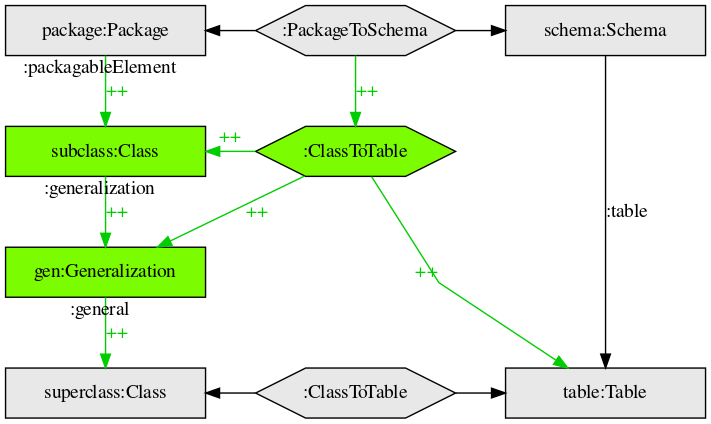
Earlier version of the Graphviz export tgg-template-example-1.png (012456/tgg-dot-template). Its source is kept beside it as tgg-template-example-1.dot. Its diagram source:
```dot
digraph d2
{
    graph [ dpi = 100 ];
    node [ fixedsize = true, width = 2 ]; splines = line ; node [ style = filled ];

    /* grey box nodes */ node [ fillcolor = grey91, shape = box ];
    /* ex: n1 [ label = "label" ]; */
        a1 [ label = "package:Package" ];
        a3 [ label = "schema:Schema" ];
        d1 [ label = "superclass:Class" ];
        d3 [ label = "table:Table" ];

    /* grey hexagon nodes */ node [ shape = hexagon ];
    /* ex: n1 [ label = "label" ]; */
        a2 [ label = ":PackageToSchema" ];
        d2 [ label = ":ClassToTable" ];

    /* green box nodes */ node [ fillcolor = lawngreen, shape = box ];
    /* ex: n1 [ label = "label" ]; */
        b1 [ label = "subclass:Class" ];
        c1 [ label = "gen:Generalization" ];

    /* green hexagon nodes */ node [ shape = hexagon ];
    /* ex: n1 [ label = "label" ]; */
        b2 [ label = ":ClassToTable" ];

    /* red box nodes */ node [ fillcolor = crimson, shape = box ];
    /* ex: n1 [ label = "label" ]; */

    /* enforce rows */
    /* ex: { rank = same n1 n2 n3 } */
        { rank = same a1 a2 a3 }
        { rank = same b1 b2 }
        { rank = same c1 }
        { rank = same d2 d1 d3 }

    /* black edges from column */ edge [ color = black ];
    /* ex: n1 -> n2 ; */
    /* ex: n1 -> n2 [ label = "label", dir = back ]; */
        a1 -> a2 [ dir = back ] ;
        a2 -> a3 ;
        d1 -> d2 [ dir = back ] ;
        d2 -> d3 ;
        a3 -> d3 [ label = ":table" ];

    /* green ++ edges */ edge [ color = green3, label = <<font color="green3">++</font>>, labeldistance = 1 ];
    /* ex: n1 -> n2 ; */
    /* ex: n1 -> n2 [ taillabel = "label", dir = back ]; */
        a2 -> b2 ;
        b1 -> b2 [ dir = back ];
        c1 -> b2 [ dir = back ];
        b2 -> d3 ;
        a1 -> b1 [ taillabel = ":packagableElement" ];
        b1 -> c1 [ taillabel = ":generalization" ];
        c1 -> d1 [ taillabel = ":general" ];
}
```
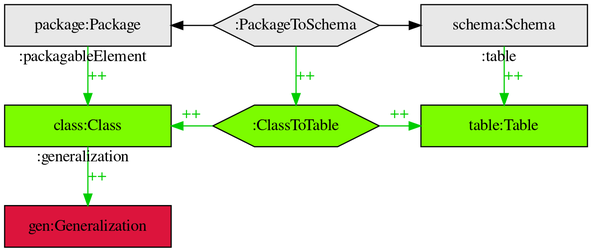
Above is the later version.

Change to the diagram source:
```diff
@@ -1,24 +1,21 @@
 digraph d2
 {
-    graph [ dpi = 100 ];
+    graph [ dpi = 200 ];
     node [ fixedsize = true, width = 2 ]; splines = line ; node [ style = filled ];
 
     /* grey box nodes */ node [ fillcolor = grey91, shape = box ];
     /* ex: n1 [ label = "label" ]; */
         a1 [ label = "package:Package" ];
         a3 [ label = "schema:Schema" ];
-        d1 [ label = "superclass:Class" ];
-        d3 [ label = "table:Table" ];
 
     /* grey hexagon nodes */ node [ shape = hexagon ];
     /* ex: n1 [ label = "label" ]; */
         a2 [ label = ":PackageToSchema" ];
-        d2 [ label = ":ClassToTable" ];
 
     /* green box nodes */ node [ fillcolor = lawngreen, shape = box ];
     /* ex: n1 [ label = "label" ]; */
-        b1 [ label = "subclass:Class" ];
-        c1 [ label = "gen:Generalization" ];
+        b1 [ label = "class:Class" ];
+        b3 [ label = "table:Table" ];
 
     /* green hexagon nodes */ node [ shape = hexagon ];
     /* ex: n1 [ label = "label" ]; */
@@ -26,31 +23,27 @@
 
     /* red box nodes */ node [ fillcolor = crimson, shape = box ];
     /* ex: n1 [ label = "label" ]; */
+        c1 [ label = "gen:Generalization" ];
 
     /* enforce rows */
     /* ex: { rank = same n1 n2 n3 } */
         { rank = same a1 a2 a3 }
-        { rank = same b1 b2 }
+        { rank = same b1 b2 b3 }
         { rank = same c1 }
-        { rank = same d2 d1 d3 }
 
     /* black edges from column */ edge [ color = black ];
     /* ex: n1 -> n2 ; */
     /* ex: n1 -> n2 [ label = "label", dir = back ]; */
         a1 -> a2 [ dir = back ] ;
         a2 -> a3 ;
-        d1 -> d2 [ dir = back ] ;
-        d2 -> d3 ;
-        a3 -> d3 [ label = ":table" ];
 
     /* green ++ edges */ edge [ color = green3, label = <<font color="green3">++</font>>, labeldistance = 1 ];
     /* ex: n1 -> n2 ; */
     /* ex: n1 -> n2 [ taillabel = "label", dir = back ]; */
         a2 -> b2 ;
         b1 -> b2 [ dir = back ];
-        c1 -> b2 [ dir = back ];
-        b2 -> d3 ;
+        b2 -> b3 ;
         a1 -> b1 [ taillabel = ":packagableElement" ];
         b1 -> c1 [ taillabel = ":generalization" ];
-        c1 -> d1 [ taillabel = ":general" ];
+        a3 -> b3 [ taillabel = ":table" ];
 }
```
